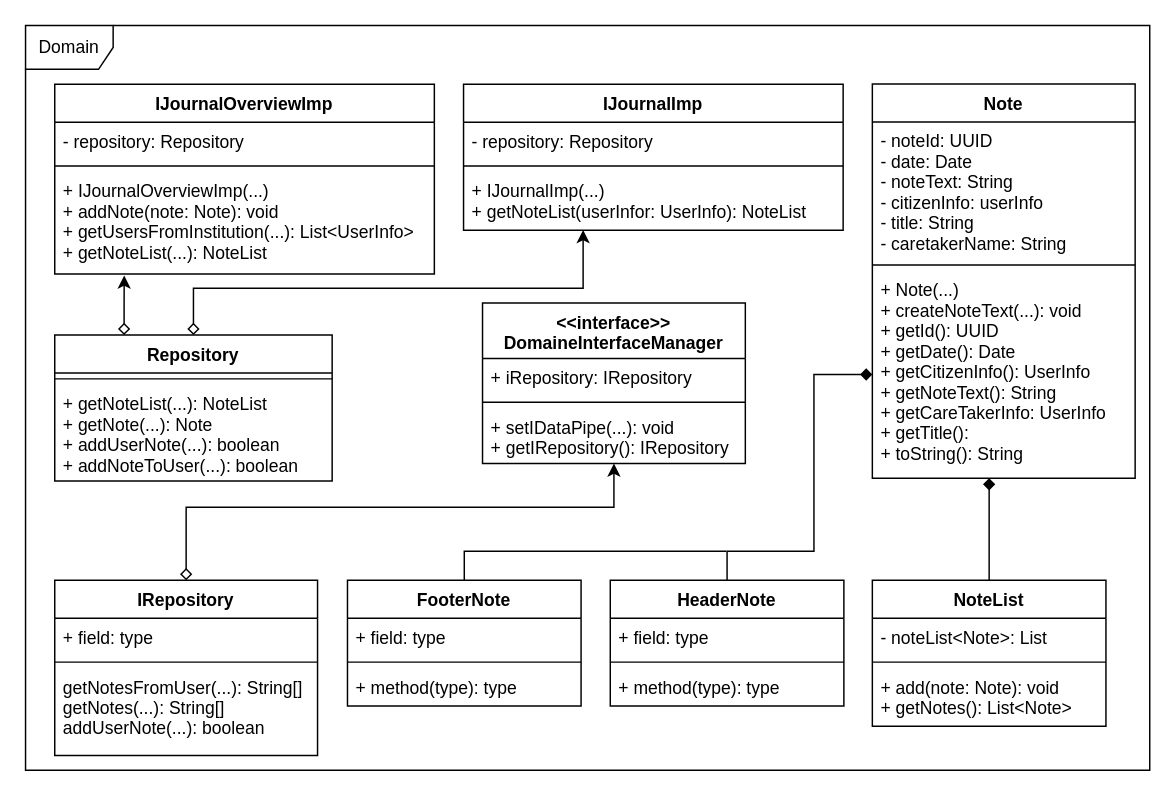
Before: docs/diagrams/DesignDiagrammer/Journal/JournalDesignklassediagram_Domain.drawio in SBangslund/SE02_Projekt, a draw.io diagram. Source tidied: cells renumbered, new cells numbered last; positions are measured from the earlier drawing's top-left corner, leaving out a move shared by most shapes. Both pictures are drawn from the tidied source at 146%, with x=0, y=0 at pixel (25, 25).
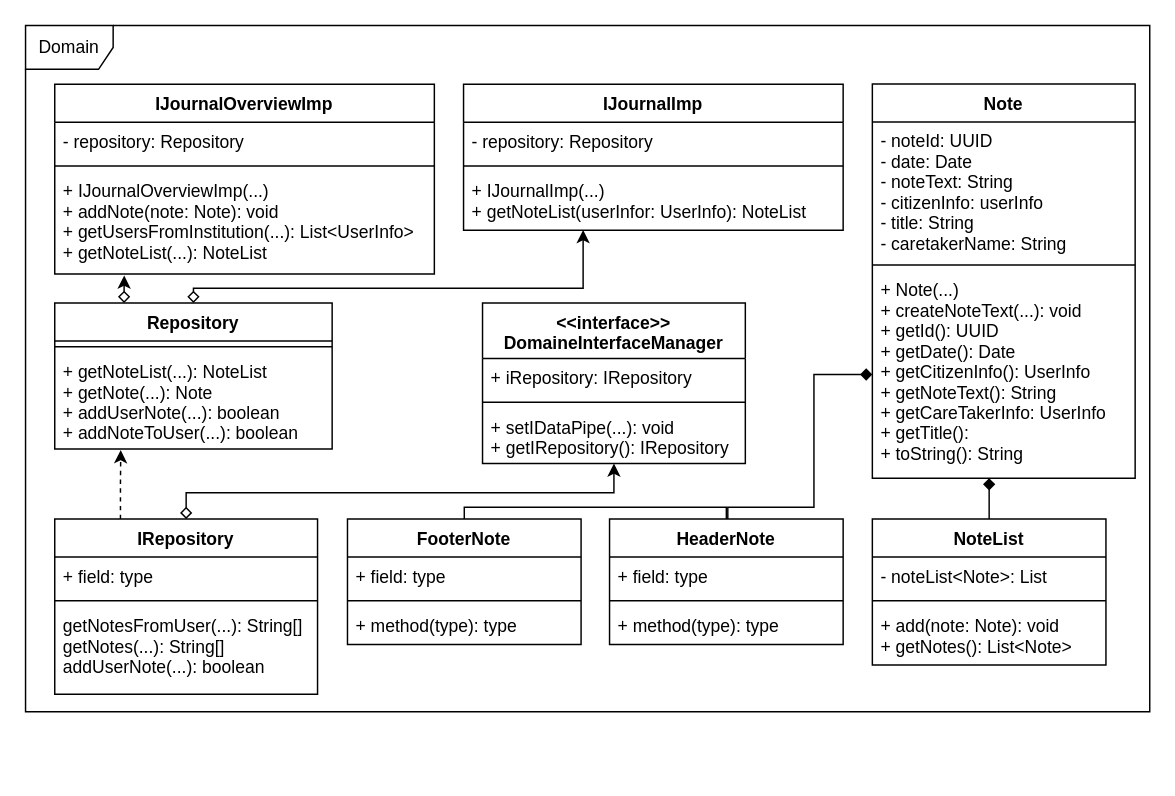
The same page after the edit.

Commit message (it also covers changes not shown here):
Updating designklassediagram for Journal

Unchanged cells that the change refers to:
```xml
<mxCell id="11" value="+ Note(...)&#10;+ createNoteText(...): void&#10;+ getId(): UUID&#10;+ getDate(): Date&#10;+ getCitizenInfo(): UserInfo&#10;+ getNoteText(): String&#10;+ getCareTakerInfo: UserInfo&#10;+ getTitle():&#10;+ toString(): String &#10;" style="text;strokeColor=none;fillColor=none;align=left;verticalAlign=top;spacingLeft=4;spacingRight=4;overflow=hidden;points=[[0,0.5],[1,0.5]];portConstraint=eastwest;" parent="8" vertex="1">
  <mxGeometry y="128" width="180" height="142" as="geometry" />
</mxCell>
<mxCell id="19" value="+ IJournalOverviewImp(...)&#10;+ addNote(note: Note): void&#10;+ getUsersFromInstitution(...): List&lt;UserInfo&gt;&#10;+ getNoteList(...): NoteList&#10;" style="text;strokeColor=none;fillColor=none;align=left;verticalAlign=top;spacingLeft=4;spacingRight=4;overflow=hidden;points=[[0,0.5],[1,0.5]];portConstraint=eastwest;" parent="16" vertex="1">
  <mxGeometry y="60" width="260" height="70" as="geometry" />
</mxCell>
<mxCell id="38" value="+ getNoteList(...): NoteList&#10;+ getNote(...): Note&#10;+ addUserNote(...): boolean&#10;+ addNoteToUser(...): boolean&#10;" style="text;strokeColor=none;fillColor=none;align=left;verticalAlign=top;spacingLeft=4;spacingRight=4;overflow=hidden;points=[[0,0.5],[1,0.5]];portConstraint=eastwest;" parent="36" vertex="1">
  <mxGeometry y="34" width="190" height="66" as="geometry" />
</mxCell>
```

Diff of the diagram source:
```diff
@@
     <mxCell id="2" value="Domain" style="shape=umlFrame;whiteSpace=wrap;html=1;" parent="1" vertex="1">
-      <mxGeometry width="770" height="510" as="geometry" />
+      <mxGeometry width="770" height="470" as="geometry" />
     </mxCell>
@@
     <mxCell id="4" value="NoteList" style="swimlane;fontStyle=1;align=center;verticalAlign=top;horizontal=1;startSize=26;" parent="1" vertex="1">
-      <mxGeometry x="580" y="380" width="160" height="100" as="geometry" />
+      <mxGeometry x="580" y="338" width="160" height="100" as="geometry" />
     </mxCell>
@@
     <mxCell id="24" style="edgeStyle=orthogonalEdgeStyle;rounded=0;jettySize=auto;html=1;startArrow=none;startFill=0;endArrow=diamond;endFill=1;exitX=0.5;exitY=0;exitDx=0;exitDy=0;" parent="1" edge="1" source="25" target="11">
       <mxGeometry relative="1" as="geometry">
         <Array as="points">
-          <mxPoint x="481" y="360" />
-          <mxPoint x="540" y="360" />
+          <mxPoint x="481" y="330" />
+          <mxPoint x="540" y="330" />
           <mxPoint x="540" y="239" />
         </Array>
       </mxGeometry>
     </mxCell>
     <mxCell id="25" value="HeaderNote" style="swimlane;fontStyle=1;align=center;verticalAlign=top;horizontal=1;startSize=26;" parent="1" vertex="1">
-      <mxGeometry x="400.5" y="380" width="160" height="86" as="geometry" />
+      <mxGeometry x="400" y="338" width="160" height="86" as="geometry" />
     </mxCell>
@@
     <mxCell id="29" style="edgeStyle=orthogonalEdgeStyle;rounded=0;jettySize=auto;html=1;startArrow=none;startFill=0;endArrow=none;endFill=0;" parent="1" edge="1" source="30">
       <mxGeometry relative="1" as="geometry">
-        <mxPoint x="480" y="360" as="targetPoint" />
+        <mxPoint x="480" y="338" as="targetPoint" />
         <Array as="points">
-          <mxPoint x="301" y="360" />
+          <mxPoint x="301" y="330" />
+          <mxPoint x="480" y="330" />
         </Array>
       </mxGeometry>
     </mxCell>
     <mxCell id="30" value="FooterNote" style="swimlane;fontStyle=1;align=center;verticalAlign=top;horizontal=1;startSize=26;" parent="1" vertex="1">
-      <mxGeometry x="220.5" y="380" width="160" height="86" as="geometry" />
+      <mxGeometry x="220.5" y="338" width="160" height="86" as="geometry" />
     </mxCell>
@@
     <mxCell id="35" style="edgeStyle=orthogonalEdgeStyle;rounded=0;jettySize=auto;html=1;exitX=0.25;exitY=0;exitDx=0;exitDy=0;entryX=0.183;entryY=1.014;entryDx=0;entryDy=0;entryPerimeter=0;startArrow=diamond;startFill=0;endArrow=classic;endFill=1;" parent="1" edge="1" source="36" target="19">
-      <mxGeometry relative="1" as="geometry" />
+      <mxGeometry relative="1" as="geometry">
+        <Array as="points">
+          <mxPoint x="67" y="180" />
+          <mxPoint x="67" y="180" />
+        </Array>
+      </mxGeometry>
     </mxCell>
     <mxCell id="36" value="Repository" style="swimlane;fontStyle=1;align=center;verticalAlign=top;horizontal=1;startSize=26;" parent="1" vertex="1">
-      <mxGeometry x="20" y="212" width="190" height="100" as="geometry" />
+      <mxGeometry x="20" y="190" width="190" height="100" as="geometry" />
     </mxCell>
@@
+    <mxCell id="44" style="edgeStyle=orthogonalEdgeStyle;rounded=0;jettySize=auto;html=1;exitX=0.25;exitY=0;exitDx=0;exitDy=0;entryX=0.238;entryY=1.012;entryDx=0;entryDy=0;entryPerimeter=0;dashed=1;" parent="1" edge="1" source="39" target="38">
+      <mxGeometry relative="1" as="geometry" />
+    </mxCell>
     <mxCell id="39" value="IRepository" style="swimlane;fontStyle=1;align=center;verticalAlign=top;horizontal=1;startSize=26;" parent="1" vertex="1">
-      <mxGeometry x="20" y="380" width="180" height="120" as="geometry" />
+      <mxGeometry x="20" y="338" width="180" height="120" as="geometry" />
     </mxCell>
@@
     <mxCell id="43" style="edgeStyle=orthogonalEdgeStyle;rounded=0;jettySize=auto;html=1;startArrow=classic;startFill=1;endArrow=diamond;endFill=0;" parent="1" edge="1" target="39">
       <mxGeometry relative="1" as="geometry">
         <mxPoint x="403" y="300" as="sourcePoint" />
         <Array as="points">
-          <mxPoint x="403" y="330" />
-          <mxPoint x="110" y="330" />
+          <mxPoint x="403" y="320" />
+          <mxPoint x="110" y="320" />
         </Array>
       </mxGeometry>
     </mxCell>
```
